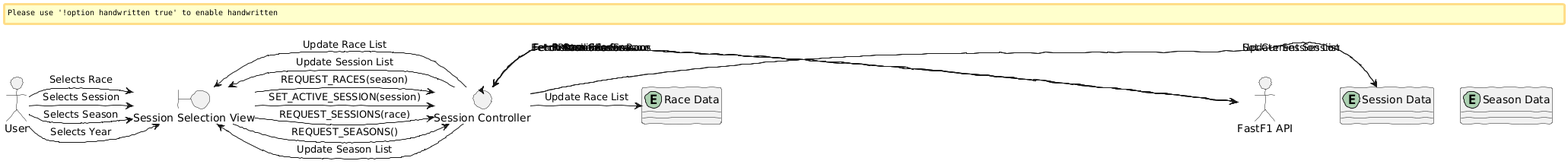
Above: Analysis/Select_Season_Race_Session.png in AnkitaVilasPimpalkar08/CSCI_6234_Spring_2026_G23 (PlantUML), before the change. Source of this version:
```plantuml
@startuml
allow_mixing
skinparam handwritten true
actor User
boundary "Session Selection View" as GUI
control "Session Controller" as CTRL
entity "Season Data" as SEASON
entity "Race Data" as RACE
entity "Session Data" as SESSION
actor "FastF1 API" as API

User -> GUI : Selects Year
GUI -> CTRL : REQUEST_SEASONS()
CTRL -> API : Fetch Available Seasons
API --> CTRL : Return Seasons
CTRL -> GUI : Update Season List

User -> GUI : Selects Season
GUI -> CTRL : REQUEST_RACES(season)
CTRL -> API : Fetch Races for Season
API --> CTRL : Return Races
CTRL -> RACE : Update Race List
CTRL -> GUI : Update Race List

User -> GUI : Selects Race
GUI -> CTRL : REQUEST_SESSIONS(race)
CTRL -> API : Fetch Sessions for Race
API --> CTRL : Return Sessions
CTRL -> SESSION : Update Session List
CTRL -> GUI : Update Session List

User -> GUI : Selects Session
GUI -> CTRL : SET_ACTIVE_SESSION(session)
CTRL -> SESSION : Set Current Session
@enduml
```
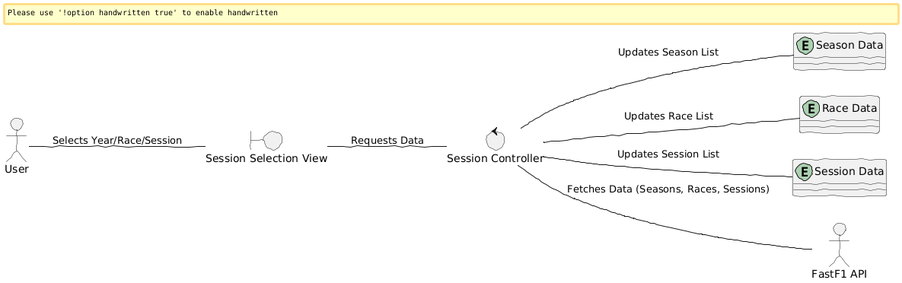
After the commit.

The edit, as a diff of the source:
```diff
@@ -1,6 +1,8 @@
 @startuml
+left to right direction
+skinparam handwritten true
 allow_mixing
-skinparam handwritten true
+
 actor User
 boundary "Session Selection View" as GUI
 control "Session Controller" as CTRL
@@ -9,27 +11,10 @@
 entity "Session Data" as SESSION
 actor "FastF1 API" as API
 
-User -> GUI : Selects Year
-GUI -> CTRL : REQUEST_SEASONS()
-CTRL -> API : Fetch Available Seasons
-API --> CTRL : Return Seasons
-CTRL -> GUI : Update Season List
-
-User -> GUI : Selects Season
-GUI -> CTRL : REQUEST_RACES(season)
-CTRL -> API : Fetch Races for Season
-API --> CTRL : Return Races
-CTRL -> RACE : Update Race List
-CTRL -> GUI : Update Race List
-
-User -> GUI : Selects Race
-GUI -> CTRL : REQUEST_SESSIONS(race)
-CTRL -> API : Fetch Sessions for Race
-API --> CTRL : Return Sessions
-CTRL -> SESSION : Update Session List
-CTRL -> GUI : Update Session List
-
-User -> GUI : Selects Session
-GUI -> CTRL : SET_ACTIVE_SESSION(session)
-CTRL -> SESSION : Set Current Session
+User -- GUI : Selects Year/Race/Session
+GUI -- CTRL : Requests Data
+CTRL -- API : Fetches Data (Seasons, Races, Sessions)
+CTRL -- SEASON : Updates Season List
+CTRL -- RACE : Updates Race List
+CTRL -- SESSION : Updates Session List
 @enduml
```
